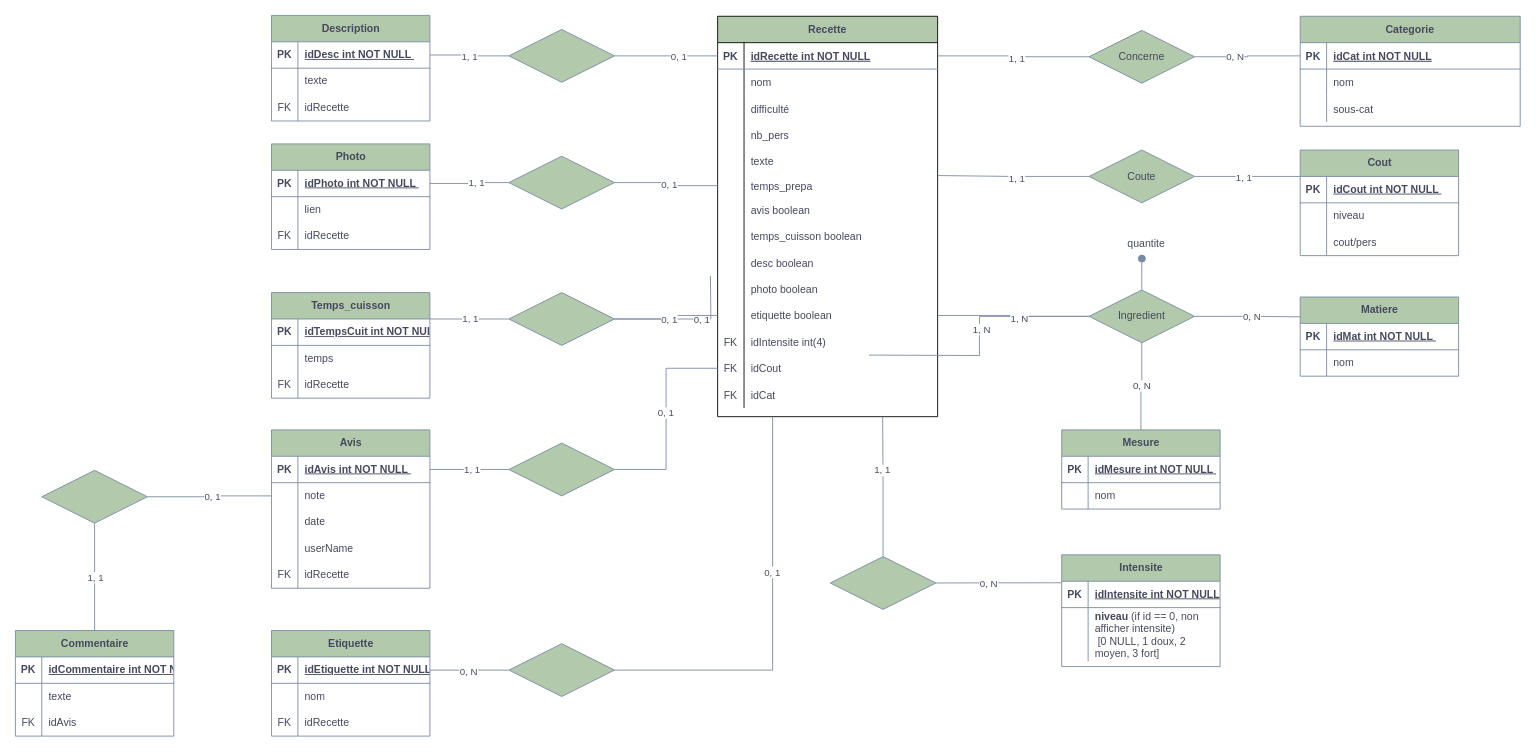
nicrain/nicrain.github.io keeps this draw.io diagram as 未命名绘图.drawio. Above is the earlier version. Source tidied: cells renumbered, new cells numbered last; positions are measured from the earlier drawing's top-left corner, leaving out a move shared by most shapes. Both pictures are drawn from the tidied source at 88%, with x=0, y=0 at pixel (15, 15).
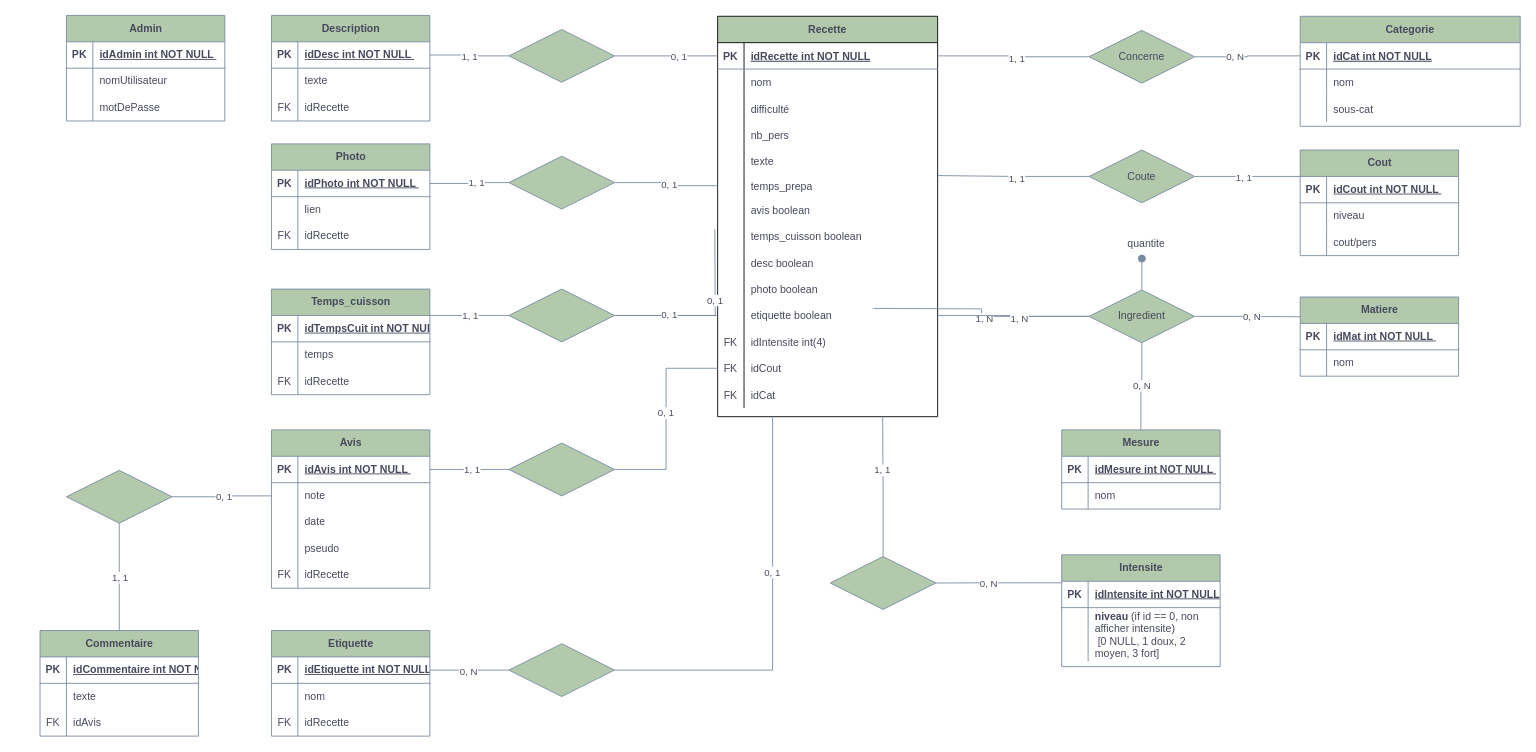
Above is the later version.

Commit message (it also covers changes not shown here):
更新未命名绘图.drawio

The change refers to these unchanged cells:
```xml
<mxCell id="67" style="shape=tableRow;horizontal=0;startSize=0;swimlaneHead=0;swimlaneBody=0;fillColor=none;top=0;left=0;right=0;bottom=0;strokeColor=#788AA3;fontColor=#46495D;" parent="57" vertex="1">
  <mxGeometry y="120" width="180" height="30" as="geometry" />
</mxCell>
<mxCell id="177" value="Ingredient" style="shape=rhombus;perimeter=rhombusPerimeter;whiteSpace=wrap;html=1;align=center;strokeColor=#788AA3;fontColor=#46495D;fillColor=#B2C9AB;" parent="1" vertex="1">
  <mxGeometry x="1220" y="312" width="120" height="60" as="geometry" />
</mxCell>
<mxCell id="193" style="edgeStyle=orthogonalEdgeStyle;elbow=horizontal;endArrow=none;html=1;rounded=0;endSize=8;startSize=8;strokeColor=#788AA3;fontColor=#46495D;fillColor=#B2C9AB;endFill=0;entryX=0;entryY=0.5;entryDx=0;entryDy=0;exitX=1;exitY=0.5;exitDx=0;exitDy=0;" parent="1" edge="1" source="148" target="45">
  <mxGeometry relative="1" as="geometry" />
</mxCell>
```

Change to the diagram source:
```diff
@@
+    <mxCell id="149" style="edgeStyle=orthogonalEdgeStyle;elbow=horizontal;endArrow=none;html=1;rounded=0;endSize=8;startSize=8;strokeColor=#788AA3;fontColor=#46495D;fillColor=#B2C9AB;endFill=0;entryX=0;entryY=0.5;entryDx=0;entryDy=0;exitX=1;exitY=0.5;exitDx=0;exitDy=0;" parent="1" edge="1" source="148">
+      <mxGeometry relative="1" as="geometry">
+        <mxPoint x="794.8" y="243" as="targetPoint" />
+      </mxGeometry>
+    </mxCell>
+    <mxCell id="150" value="0, 1" style="edgeLabel;html=1;align=center;verticalAlign=middle;strokeColor=#788AA3;fontColor=#46495D;fillColor=#B2C9AB;" parent="149" vertex="1">
+      <mxGeometry x="0.25" y="1" relative="1" as="geometry">
+        <mxPoint y="1" as="offset" />
+      </mxGeometry>
+    </mxCell>
+    <mxCell id="180" style="elbow=horizontal;endArrow=none;html=1;rounded=0;endSize=8;startSize=8;strokeColor=#788AA3;fontColor=#46495D;fillColor=#B2C9AB;endFill=0;exitX=1;exitY=0.5;exitDx=0;exitDy=0;entryX=0;entryY=0.5;entryDx=0;entryDy=0;edgeStyle=orthogonalEdgeStyle;" parent="1" edge="1" target="177">
+      <mxGeometry relative="1" as="geometry">
+        <mxPoint x="975" y="333" as="sourcePoint" />
+      </mxGeometry>
+    </mxCell>
+    <mxCell id="181" value="1, N" style="edgeLabel;html=1;align=center;verticalAlign=middle;strokeColor=#788AA3;fontColor=#46495D;fillColor=#B2C9AB;" parent="180" vertex="1">
+      <mxGeometry x="0.06" y="-2" relative="1" as="geometry" />
+    </mxCell>
@@
-    <mxCell id="69" value="userName" style="shape=partialRectangle;fillColor=none;top=0;left=0;bottom=0;right=0;align=left;spacingLeft=6;overflow=hidden;whiteSpace=wrap;html=1;strokeColor=#788AA3;fontColor=#46495D;" parent="67" vertex="1">
+    <mxCell id="69" value="pseudo" style="shape=partialRectangle;fillColor=none;top=0;left=0;bottom=0;right=0;align=left;spacingLeft=6;overflow=hidden;whiteSpace=wrap;html=1;strokeColor=#788AA3;fontColor=#46495D;" parent="67" vertex="1">
       <mxGeometry x="30" width="150" height="30" as="geometry" />
     </mxCell>
@@
     <mxCell id="123" value="Temps_cuisson" style="shape=table;startSize=30;childLayout=tableLayout;rowLines=0;fontStyle=1;align=center;html=1;strokeColor=#788AA3;fontColor=#46495D;fillColor=#B2C9AB;" parent="1" vertex="1">
-      <mxGeometry x="291" y="315" width="180" height="120" as="geometry" />
+      <mxGeometry x="291" y="311" width="180" height="120" as="geometry" />
     </mxCell>
@@
     <mxCell id="148" style="shape=rhombus;perimeter=rhombusPerimeter;whiteSpace=wrap;html=1;align=center;strokeColor=#788AA3;fontColor=#46495D;fillColor=#B2C9AB;" parent="1" vertex="1">
-      <mxGeometry x="560.8" y="315" width="120" height="60" as="geometry" />
+      <mxGeometry x="560.8" y="311" width="120" height="60" as="geometry" />
     </mxCell>
-    <mxCell id="149" style="edgeStyle=orthogonalEdgeStyle;elbow=horizontal;endArrow=none;html=1;rounded=0;endSize=8;startSize=8;strokeColor=#788AA3;fontColor=#46495D;fillColor=#B2C9AB;endFill=0;entryX=0;entryY=0.5;entryDx=0;entryDy=0;exitX=1;exitY=0.5;exitDx=0;exitDy=0;" parent="1" edge="1" source="148">
-      <mxGeometry relative="1" as="geometry">
-        <mxPoint x="789.8" y="296" as="targetPoint" />
-      </mxGeometry>
-    </mxCell>
-    <mxCell id="150" value="0, 1" style="edgeLabel;html=1;align=center;verticalAlign=middle;strokeColor=#788AA3;fontColor=#46495D;fillColor=#B2C9AB;" parent="149" vertex="1">
-      <mxGeometry x="0.25" y="1" relative="1" as="geometry">
-        <mxPoint y="1" as="offset" />
-      </mxGeometry>
-    </mxCell>
@@
-    <mxCell id="180" style="elbow=horizontal;endArrow=none;html=1;rounded=0;endSize=8;startSize=8;strokeColor=#788AA3;fontColor=#46495D;fillColor=#B2C9AB;endFill=0;exitX=1;exitY=0.5;exitDx=0;exitDy=0;entryX=0;entryY=0.5;entryDx=0;entryDy=0;edgeStyle=orthogonalEdgeStyle;" parent="1" edge="1" target="177">
-      <mxGeometry relative="1" as="geometry">
-        <mxPoint x="970" y="386" as="sourcePoint" />
-      </mxGeometry>
-    </mxCell>
-    <mxCell id="181" value="1, N" style="edgeLabel;html=1;align=center;verticalAlign=middle;strokeColor=#788AA3;fontColor=#46495D;fillColor=#B2C9AB;" parent="180" vertex="1">
-      <mxGeometry x="0.06" y="-2" relative="1" as="geometry" />
-    </mxCell>
@@
     <mxCell id="194" value="0, 1" style="edgeLabel;html=1;align=center;verticalAlign=middle;strokeColor=#788AA3;fontColor=#46495D;fillColor=#B2C9AB;" parent="193" vertex="1">
       <mxGeometry x="0.25" y="1" relative="1" as="geometry">
-        <mxPoint x="-10" y="5" as="offset" />
+        <mxPoint x="-11" y="-1" as="offset" />
       </mxGeometry>
     </mxCell>
     <mxCell id="195" value="Commentaire" style="shape=table;startSize=30;childLayout=tableLayout;rowLines=0;fontStyle=1;align=center;html=1;strokeColor=#788AA3;fontColor=#46495D;fillColor=#B2C9AB;" parent="1" vertex="1">
-      <mxGeometry y="699" width="180" height="120" as="geometry" />
+      <mxGeometry x="28" y="699" width="180" height="120" as="geometry" />
     </mxCell>
@@
     <mxCell id="205" style="shape=rhombus;perimeter=rhombusPerimeter;whiteSpace=wrap;html=1;align=center;strokeColor=#788AA3;fontColor=#46495D;fillColor=#B2C9AB;" parent="1" vertex="1">
-      <mxGeometry x="30" y="517" width="120" height="60" as="geometry" />
+      <mxGeometry x="58" y="517" width="120" height="60" as="geometry" />
     </mxCell>
@@
+    <mxCell id="210" value="Admin" style="shape=table;startSize=30;childLayout=tableLayout;rowLines=0;fontStyle=1;align=center;html=1;strokeColor=#788AA3;fontColor=#46495D;fillColor=#B2C9AB;" parent="1" vertex="1">
+      <mxGeometry x="58" width="180" height="120" as="geometry" />
+    </mxCell>
+    <mxCell id="211" style="shape=tableRow;horizontal=0;startSize=0;swimlaneHead=0;swimlaneBody=0;fillColor=none;top=0;left=0;right=0;bottom=1;strokeColor=#788AA3;fontColor=#46495D;" parent="210" vertex="1">
+      <mxGeometry y="30" width="180" height="30" as="geometry" />
+    </mxCell>
+    <mxCell id="212" value="PK" style="shape=partialRectangle;fillColor=none;top=0;left=0;bottom=0;right=0;fontStyle=1;overflow=hidden;whiteSpace=wrap;html=1;strokeColor=#788AA3;fontColor=#46495D;" parent="211" vertex="1">
+      <mxGeometry width="30" height="30" as="geometry" />
+    </mxCell>
+    <mxCell id="213" value="&lt;span style=&quot;white-space: nowrap;&quot;&gt;idAdmin int NOT NULL&amp;nbsp;&lt;/span&gt;" style="shape=partialRectangle;fillColor=none;top=0;left=0;bottom=0;right=0;align=left;spacingLeft=6;fontStyle=5;overflow=hidden;whiteSpace=wrap;html=1;strokeColor=#788AA3;fontColor=#46495D;" parent="211" vertex="1">
+      <mxGeometry x="30" width="150" height="30" as="geometry" />
+    </mxCell>
+    <mxCell id="214" style="shape=tableRow;horizontal=0;startSize=0;swimlaneHead=0;swimlaneBody=0;fillColor=none;top=0;left=0;right=0;bottom=0;strokeColor=#788AA3;fontColor=#46495D;" parent="210" vertex="1">
+      <mxGeometry y="60" width="180" height="30" as="geometry" />
+    </mxCell>
+    <mxCell id="215" style="shape=partialRectangle;fillColor=none;top=0;left=0;bottom=0;right=0;overflow=hidden;whiteSpace=wrap;html=1;strokeColor=#788AA3;fontColor=#46495D;" parent="214" vertex="1">
+      <mxGeometry width="30" height="30" as="geometry" />
+    </mxCell>
+    <mxCell id="216" value="nomUtilisateur" style="shape=partialRectangle;fillColor=none;top=0;left=0;bottom=0;right=0;align=left;spacingLeft=6;overflow=hidden;whiteSpace=wrap;html=1;strokeColor=#788AA3;fontColor=#46495D;" parent="214" vertex="1">
+      <mxGeometry x="30" width="150" height="30" as="geometry" />
+    </mxCell>
+    <mxCell id="217" style="shape=tableRow;horizontal=0;startSize=0;swimlaneHead=0;swimlaneBody=0;fillColor=none;top=0;left=0;right=0;bottom=0;strokeColor=#788AA3;fontColor=#46495D;" parent="210" vertex="1">
+      <mxGeometry y="90" width="180" height="30" as="geometry" />
+    </mxCell>
+    <mxCell id="218" style="shape=partialRectangle;fillColor=none;top=0;left=0;bottom=0;right=0;overflow=hidden;whiteSpace=wrap;html=1;strokeColor=#788AA3;fontColor=#46495D;" parent="217" vertex="1">
+      <mxGeometry width="30" height="30" as="geometry" />
+    </mxCell>
+    <mxCell id="219" value="motDePasse" style="shape=partialRectangle;fillColor=none;top=0;left=0;bottom=0;right=0;align=left;spacingLeft=6;overflow=hidden;whiteSpace=wrap;html=1;strokeColor=#788AA3;fontColor=#46495D;" parent="217" vertex="1">
+      <mxGeometry x="30" width="150" height="30" as="geometry" />
+    </mxCell>
```
